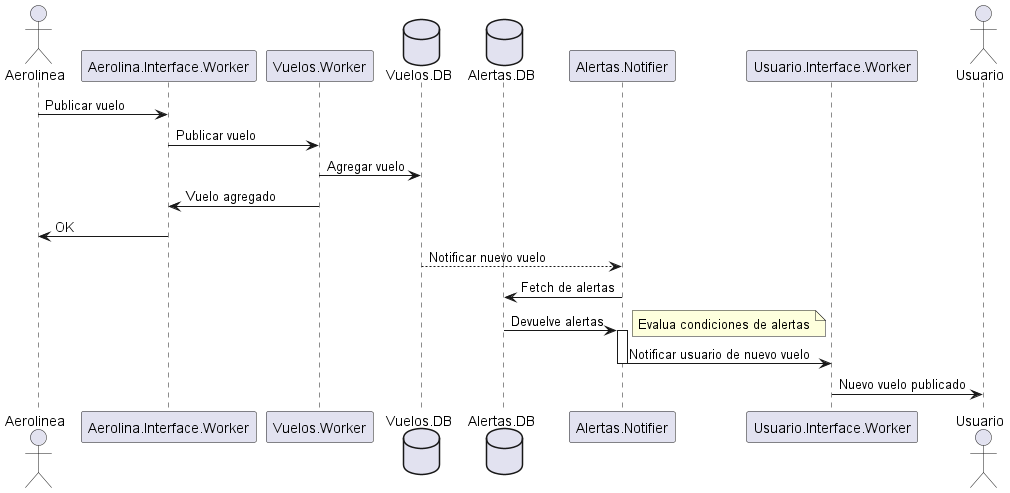
The PlantUML diagram diagrams/Secuencia Publicar Vuelo.png in NicoMadd/levantar-vuelo, before a commit. The source it was exported from:
```plantuml
@startuml Secuencia Publicar Vuelo
actor Aerolinea
participant Aerolina.Interface.Worker
participant Vuelos.Worker
database Vuelos.DB
database Alertas.DB
participant Alertas.Notifier
participant Usuario.Interface.Worker
actor Usuario


Aerolinea -> "Aerolina.Interface.Worker": Publicar vuelo
"Aerolina.Interface.Worker" -> Vuelos.Worker: Publicar vuelo
Vuelos.Worker -> Vuelos.DB: Agregar vuelo
Vuelos.Worker -> "Aerolina.Interface.Worker": Vuelo agregado
"Aerolina.Interface.Worker" -> Aerolinea: OK
Vuelos.DB --> Alertas.Notifier: Notificar nuevo vuelo
Alertas.Notifier -> Alertas.DB: Fetch de alertas
Alertas.DB -> Alertas.Notifier: Devuelve alertas
activate Alertas.Notifier
note right: Evalua condiciones de alertas

Alertas.Notifier -> Usuario.Interface.Worker: Notificar usuario de nuevo vuelo
deactivate Alertas.Notifier
Usuario.Interface.Worker -> Usuario: Nuevo vuelo publicado

@enduml
```
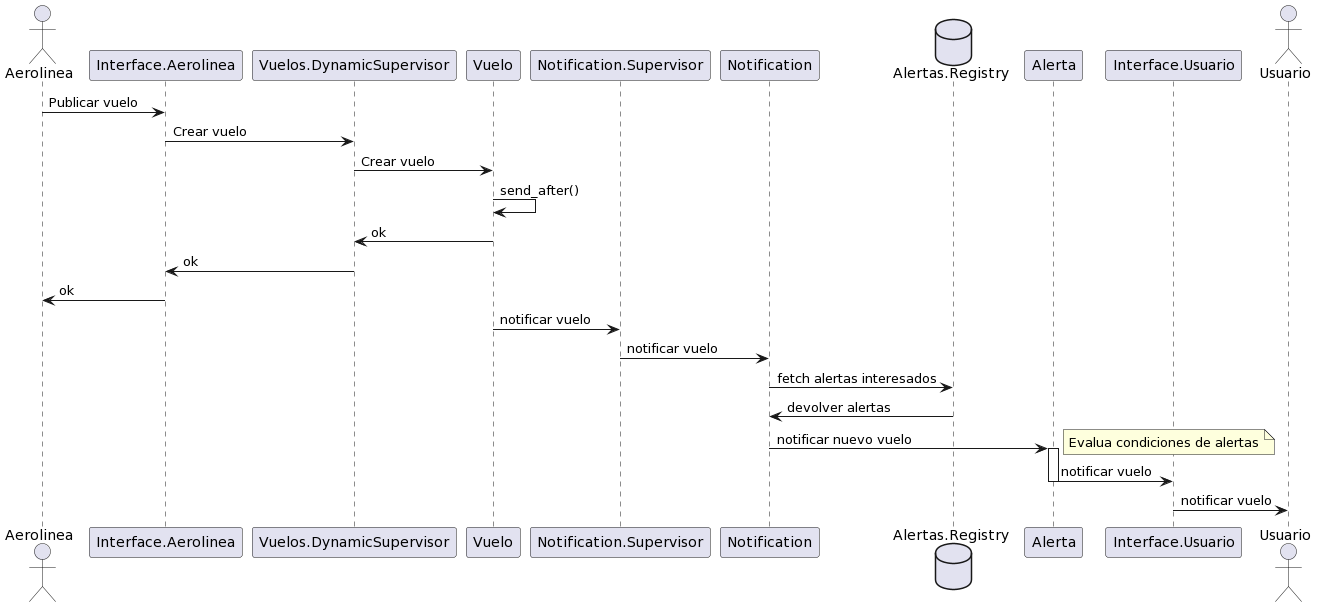
After the change.

Commit message:
update: secuencia de publicar vuelo

What changed in the source:
```diff
@@ -1,27 +1,30 @@
-@startuml Secuencia Publicar Vuelo
+@startuml
 actor Aerolinea
-participant Aerolina.Interface.Worker
-participant Vuelos.Worker
-database Vuelos.DB
-database Alertas.DB
-participant Alertas.Notifier
-participant Usuario.Interface.Worker
+participant Interface.Aerolinea
+participant Vuelos.DynamicSupervisor
+participant Vuelo
+participant Notification.Supervisor
+participant Notification
+database Alertas.Registry
+participant Alerta
+participant Interface.Usuario
 actor Usuario
 
-
-Aerolinea -> "Aerolina.Interface.Worker": Publicar vuelo
-"Aerolina.Interface.Worker" -> Vuelos.Worker: Publicar vuelo
-Vuelos.Worker -> Vuelos.DB: Agregar vuelo
-Vuelos.Worker -> "Aerolina.Interface.Worker": Vuelo agregado
-"Aerolina.Interface.Worker" -> Aerolinea: OK
-Vuelos.DB --> Alertas.Notifier: Notificar nuevo vuelo
-Alertas.Notifier -> Alertas.DB: Fetch de alertas
-Alertas.DB -> Alertas.Notifier: Devuelve alertas
-activate Alertas.Notifier
+Aerolinea -> "Interface.Aerolinea": Publicar vuelo
+"Interface.Aerolinea" -> Vuelos.DynamicSupervisor: Crear vuelo
+Vuelos.DynamicSupervisor -> Vuelo: Crear vuelo
+Vuelo -> Vuelo: send_after()
+Vuelo -> Vuelos.DynamicSupervisor: ok
+Vuelos.DynamicSupervisor -> Interface.Aerolinea: ok
+Interface.Aerolinea -> Aerolinea: ok
+Vuelo -> Notification.Supervisor: notificar vuelo
+Notification.Supervisor -> Notification: notificar vuelo
+Notification -> Alertas.Registry: fetch alertas interesados
+Alertas.Registry -> Notification: devolver alertas
+Notification -> Alerta: notificar nuevo vuelo
+activate Alerta
 note right: Evalua condiciones de alertas
-
-Alertas.Notifier -> Usuario.Interface.Worker: Notificar usuario de nuevo vuelo
-deactivate Alertas.Notifier
-Usuario.Interface.Worker -> Usuario: Nuevo vuelo publicado
-
+Alerta -> Interface.Usuario: notificar vuelo
+deactivate Alerta
+Interface.Usuario -> Usuario: notificar vuelo
 @enduml
```
